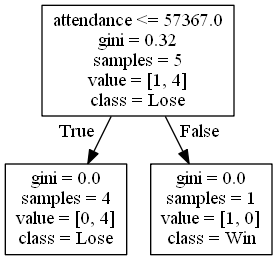
The Graphviz diagram DecisionTrees/Pac-12decision_tree_with_score5.png in alexana-steck/CSE482Project, before a commit. Its source is kept beside it as DecisionTrees/Pac-12decision_tree_with_score5.dot. The source it was exported from:
```dot
digraph Tree {
node [shape=box] ;
0 [label="attendance <= 57367.0\ngini = 0.32\nsamples = 5\nvalue = [1, 4]\nclass = Lose"] ;
1 [label="gini = 0.0\nsamples = 4\nvalue = [0, 4]\nclass = Lose"] ;
0 -> 1 [labeldistance=2.5, labelangle=45, headlabel="True"] ;
2 [label="gini = 0.0\nsamples = 1\nvalue = [1, 0]\nclass = Win"] ;
0 -> 2 [labeldistance=2.5, labelangle=-45, headlabel="False"] ;
}
```
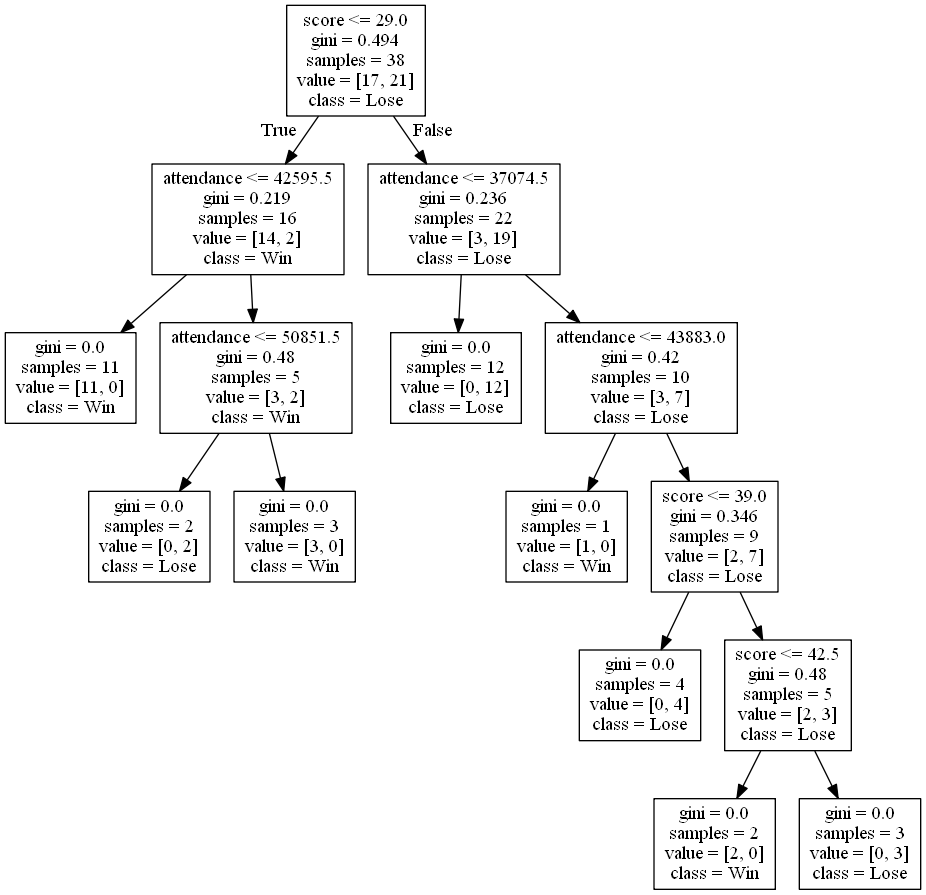
The same file after the commit.

Change to the diagram source:
```diff
@@ -1,8 +1,32 @@
 digraph Tree {
 node [shape=box] ;
-0 [label="attendance <= 57367.0\ngini = 0.32\nsamples = 5\nvalue = [1, 4]\nclass = Lose"] ;
-1 [label="gini = 0.0\nsamples = 4\nvalue = [0, 4]\nclass = Lose"] ;
+0 [label="score <= 29.0\ngini = 0.494\nsamples = 38\nvalue = [17, 21]\nclass = Lose"] ;
+1 [label="attendance <= 42595.5\ngini = 0.219\nsamples = 16\nvalue = [14, 2]\nclass = Win"] ;
 0 -> 1 [labeldistance=2.5, labelangle=45, headlabel="True"] ;
-2 [label="gini = 0.0\nsamples = 1\nvalue = [1, 0]\nclass = Win"] ;
-0 -> 2 [labeldistance=2.5, labelangle=-45, headlabel="False"] ;
+2 [label="gini = 0.0\nsamples = 11\nvalue = [11, 0]\nclass = Win"] ;
+1 -> 2 ;
+3 [label="attendance <= 50851.5\ngini = 0.48\nsamples = 5\nvalue = [3, 2]\nclass = Win"] ;
+1 -> 3 ;
+4 [label="gini = 0.0\nsamples = 2\nvalue = [0, 2]\nclass = Lose"] ;
+3 -> 4 ;
+5 [label="gini = 0.0\nsamples = 3\nvalue = [3, 0]\nclass = Win"] ;
+3 -> 5 ;
+6 [label="attendance <= 37074.5\ngini = 0.236\nsamples = 22\nvalue = [3, 19]\nclass = Lose"] ;
+0 -> 6 [labeldistance=2.5, labelangle=-45, headlabel="False"] ;
+7 [label="gini = 0.0\nsamples = 12\nvalue = [0, 12]\nclass = Lose"] ;
+6 -> 7 ;
+8 [label="attendance <= 43883.0\ngini = 0.42\nsamples = 10\nvalue = [3, 7]\nclass = Lose"] ;
+6 -> 8 ;
+9 [label="gini = 0.0\nsamples = 1\nvalue = [1, 0]\nclass = Win"] ;
+8 -> 9 ;
+10 [label="score <= 39.0\ngini = 0.346\nsamples = 9\nvalue = [2, 7]\nclass = Lose"] ;
+8 -> 10 ;
+11 [label="gini = 0.0\nsamples = 4\nvalue = [0, 4]\nclass = Lose"] ;
+10 -> 11 ;
+12 [label="score <= 42.5\ngini = 0.48\nsamples = 5\nvalue = [2, 3]\nclass = Lose"] ;
+10 -> 12 ;
+13 [label="gini = 0.0\nsamples = 2\nvalue = [2, 0]\nclass = Win"] ;
+12 -> 13 ;
+14 [label="gini = 0.0\nsamples = 3\nvalue = [0, 3]\nclass = Lose"] ;
+12 -> 14 ;
 }
```
